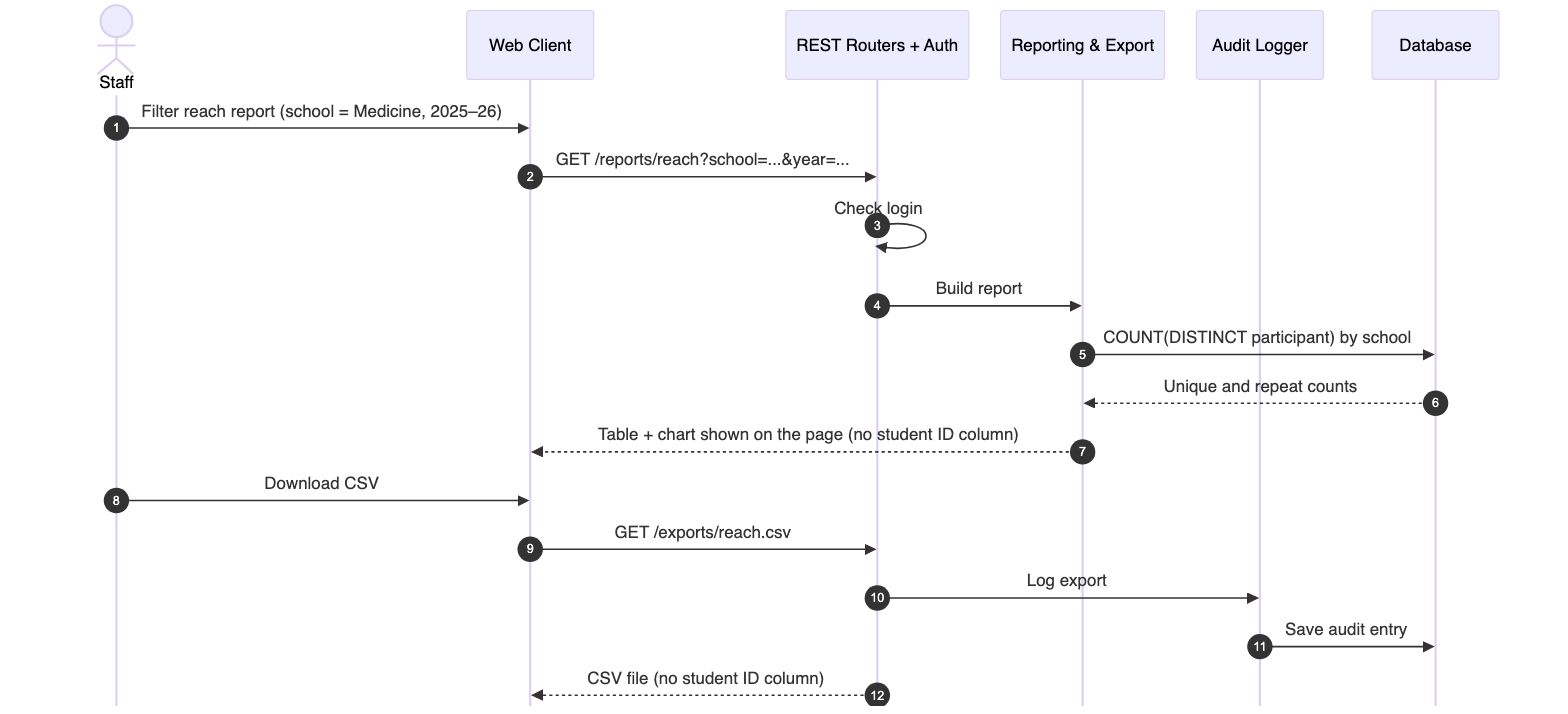
eric-song-dev/SWE277P keeps this Mermaid diagram as assignment/SWE276P/assignment/assignment1/diagrams/seq-reach-report.png. Above is the earlier version. Its source is kept beside it as assignment/SWE276P/assignment/assignment1/diagrams/seq-reach-report.mmd. The source it was exported from:
```mermaid
sequenceDiagram
    autonumber
    actor S as Staff
    participant W as Web Client
    participant R as REST Routers + Auth
    participant P as Reporting & Export
    participant A as Audit Logger
    participant D as Database

    S->>W: Filter reach report (school = Medicine, 2025–26)
    W->>R: GET /reports/reach?school=...&year=...
    R->>R: Check login
    R->>P: Build report
    P->>D: COUNT(DISTINCT participant) by school
    D-->>P: Unique and repeat counts
    P-->>W: Table + chart shown on the page (no student ID column)
    S->>W: Download CSV
    W->>R: GET /exports/reach.csv
    R->>A: Log export
    A->>D: Save audit entry
    R-->>W: CSV file (no student ID column)
```
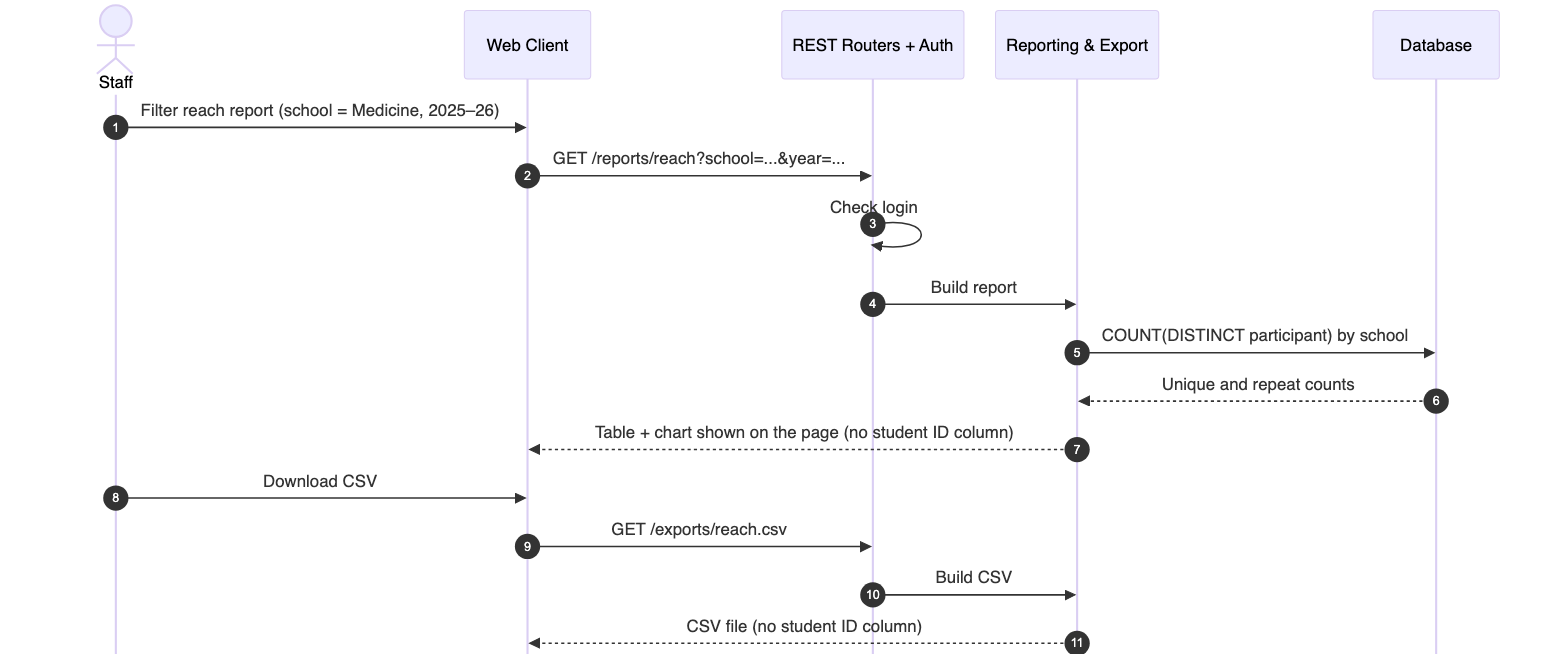
Later version of the same file.

The edit, as a diff of the source:
```diff
@@ -4,7 +4,6 @@
     participant W as Web Client
     participant R as REST Routers + Auth
     participant P as Reporting & Export
-    participant A as Audit Logger
     participant D as Database
 
     S->>W: Filter reach report (school = Medicine, 2025–26)
@@ -16,6 +15,5 @@
     P-->>W: Table + chart shown on the page (no student ID column)
     S->>W: Download CSV
     W->>R: GET /exports/reach.csv
-    R->>A: Log export
-    A->>D: Save audit entry
-    R-->>W: CSV file (no student ID column)
+    R->>P: Build CSV
+    P-->>W: CSV file (no student ID column)
```
